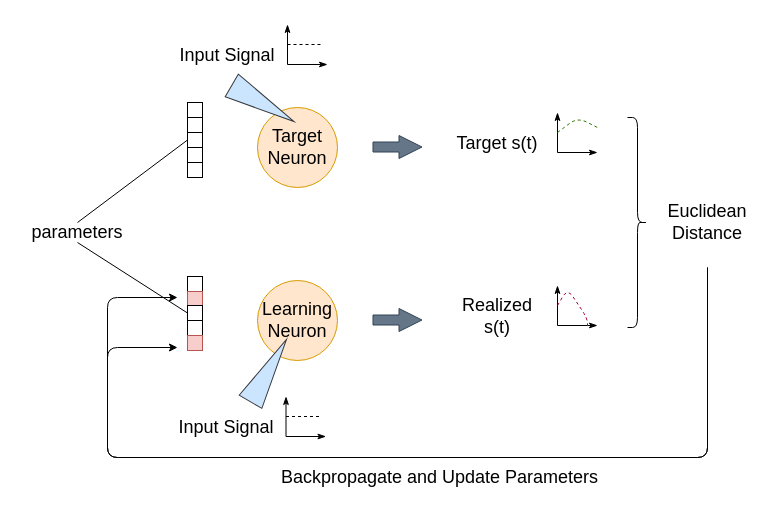
AllenInstitute/GLIFS_ASC keeps this draw.io diagram as models/results/paper_figures/part_1_schematic.drawio. Above is the earlier version. Source tidied: cells renumbered, new cells numbered last; positions are measured from the earlier drawing's top-left corner, leaving out a move shared by most shapes. Both pictures are drawn from the tidied source at 100%, with x=0, y=0 at pixel (57, 24).
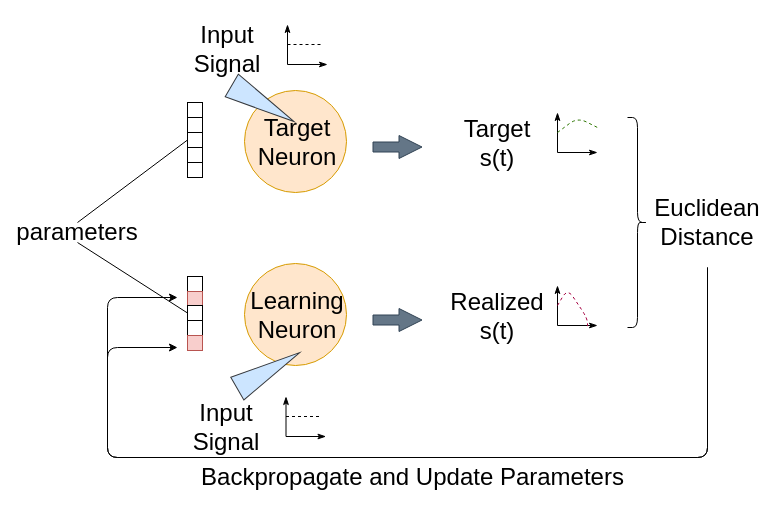
The same diagram, later.

Diff of the diagram source:
```diff
@@
     <mxCell id="2" style="ellipse;whiteSpace=wrap;html=1;fillColor=#ffe6cc;strokeColor=#d79b00;" parent="1" vertex="1">
-      <mxGeometry x="200" y="83" width="80" height="80" as="geometry" />
+      <mxGeometry x="187" y="66" width="102" height="102" as="geometry" />
     </mxCell>
     <mxCell id="3" style="ellipse;whiteSpace=wrap;html=1;fillColor=#ffe6cc;strokeColor=#d79b00;" parent="1" vertex="1">
-      <mxGeometry x="200" y="256" width="80" height="80" as="geometry" />
+      <mxGeometry x="187" y="239" width="102" height="102" as="geometry" />
     </mxCell>
-    <mxCell id="4" value="&lt;font style=&quot;font-size: 18px;&quot;&gt;Target Neuron&lt;/font&gt;" style="text;html=1;strokeColor=none;fillColor=none;align=center;verticalAlign=middle;whiteSpace=wrap;rounded=0;fontSize=18;" parent="1" vertex="1">
-      <mxGeometry x="210" y="88" width="60" height="70" as="geometry" />
+    <mxCell id="4" value="&lt;font style=&quot;font-size: 24px;&quot;&gt;Target Neuron&lt;/font&gt;" style="text;html=1;strokeColor=none;fillColor=none;align=center;verticalAlign=middle;whiteSpace=wrap;rounded=0;fontSize=24;" parent="1" vertex="1">
+      <mxGeometry x="210" y="83" width="60" height="70" as="geometry" />
     </mxCell>
-    <mxCell id="5" value="&lt;font style=&quot;font-size: 18px;&quot;&gt;Learning Neuron&lt;/font&gt;" style="text;html=1;strokeColor=none;fillColor=none;align=center;verticalAlign=middle;whiteSpace=wrap;rounded=0;fontSize=18;" parent="1" vertex="1">
-      <mxGeometry x="210" y="261" width="60" height="70" as="geometry" />
+    <mxCell id="5" value="&lt;font style=&quot;font-size: 24px;&quot;&gt;Learning Neuron&lt;/font&gt;" style="text;html=1;strokeColor=none;fillColor=none;align=center;verticalAlign=middle;whiteSpace=wrap;rounded=0;fontSize=24;" parent="1" vertex="1">
+      <mxGeometry x="210" y="256" width="60" height="70" as="geometry" />
     </mxCell>
@@
-    <mxCell id="16" value="&lt;font style=&quot;font-size: 18px;&quot;&gt;parameters&lt;/font&gt;" style="text;html=1;strokeColor=none;fillColor=none;align=center;verticalAlign=middle;whiteSpace=wrap;rounded=0;fontSize=18;" parent="1" vertex="1">
+    <mxCell id="16" value="&lt;font style=&quot;font-size: 24px;&quot;&gt;parameters&lt;/font&gt;" style="text;html=1;strokeColor=none;fillColor=none;align=center;verticalAlign=middle;whiteSpace=wrap;rounded=0;fontSize=24;" parent="1" vertex="1">
       <mxGeometry y="198" width="40" height="20" as="geometry" />
     </mxCell>
@@
-    <mxCell id="19" value="Input Signal" style="text;html=1;strokeColor=none;fillColor=none;align=center;verticalAlign=middle;whiteSpace=wrap;rounded=0;fontSize=18;" parent="1" vertex="1">
-      <mxGeometry x="120" y="21" width="100" height="20" as="geometry" />
+    <mxCell id="19" value="Input Signal" style="text;html=1;strokeColor=none;fillColor=none;align=center;verticalAlign=middle;whiteSpace=wrap;rounded=0;fontSize=24;" parent="1" vertex="1">
+      <mxGeometry x="120" y="15" width="100" height="20" as="geometry" />
     </mxCell>
@@
-    <mxCell id="23" style="triangle;whiteSpace=wrap;html=1;rotation=30;direction=north;fillColor=#cce5ff;strokeColor=#36393d;" parent="1" vertex="1">
+    <mxCell id="23" style="triangle;whiteSpace=wrap;html=1;rotation=60;direction=north;fillColor=#cce5ff;strokeColor=#36393d;" parent="1" vertex="1">
       <mxGeometry x="197.9" y="310.1" width="26.2" height="72" as="geometry" />
     </mxCell>
-    <mxCell id="24" value="Input Signal" style="text;html=1;strokeColor=none;fillColor=none;align=center;verticalAlign=middle;whiteSpace=wrap;rounded=0;fontSize=18;" parent="1" vertex="1">
+    <mxCell id="24" value="Input Signal" style="text;html=1;strokeColor=none;fillColor=none;align=center;verticalAlign=middle;whiteSpace=wrap;rounded=0;fontSize=24;" parent="1" vertex="1">
       <mxGeometry x="118.5" y="393" width="100" height="20" as="geometry" />
     </mxCell>
@@
-    <mxCell id="30" value="Target s(t)" style="text;html=1;strokeColor=none;fillColor=none;align=center;verticalAlign=middle;whiteSpace=wrap;rounded=0;fontSize=18;" parent="1" vertex="1">
+    <mxCell id="30" value="Target s(t)" style="text;html=1;strokeColor=none;fillColor=none;align=center;verticalAlign=middle;whiteSpace=wrap;rounded=0;fontSize=24;" parent="1" vertex="1">
       <mxGeometry x="390" y="109" width="100" height="20" as="geometry" />
     </mxCell>
@@
-    <mxCell id="34" value="Realized s(t)" style="text;html=1;strokeColor=none;fillColor=none;align=center;verticalAlign=middle;whiteSpace=wrap;rounded=0;fontSize=18;" parent="1" vertex="1">
+    <mxCell id="34" value="Realized s(t)" style="text;html=1;strokeColor=none;fillColor=none;align=center;verticalAlign=middle;whiteSpace=wrap;rounded=0;fontSize=24;" parent="1" vertex="1">
       <mxGeometry x="390" y="282" width="100" height="20" as="geometry" />
     </mxCell>
@@
-    <mxCell id="39" value="Euclidean Distance" style="text;html=1;strokeColor=none;fillColor=none;align=center;verticalAlign=middle;whiteSpace=wrap;rounded=0;fontSize=18;" parent="1" vertex="1">
+    <mxCell id="39" value="Euclidean Distance" style="text;html=1;strokeColor=none;fillColor=none;align=center;verticalAlign=middle;whiteSpace=wrap;rounded=0;fontSize=24;" parent="1" vertex="1">
       <mxGeometry x="630" y="188" width="40" height="20" as="geometry" />
     </mxCell>
@@
-    <mxCell id="42" value="Backpropagate and Update Parameters" style="text;html=1;strokeColor=none;fillColor=none;align=center;verticalAlign=middle;whiteSpace=wrap;rounded=0;fontSize=18;" parent="1" vertex="1">
-      <mxGeometry x="210" y="443" width="345" height="20" as="geometry" />
+    <mxCell id="42" value="Backpropagate and Update Parameters" style="text;html=1;strokeColor=none;fillColor=none;align=center;verticalAlign=middle;whiteSpace=wrap;rounded=0;fontSize=24;" parent="1" vertex="1">
+      <mxGeometry x="143" y="443" width="425" height="20" as="geometry" />
     </mxCell>
```
